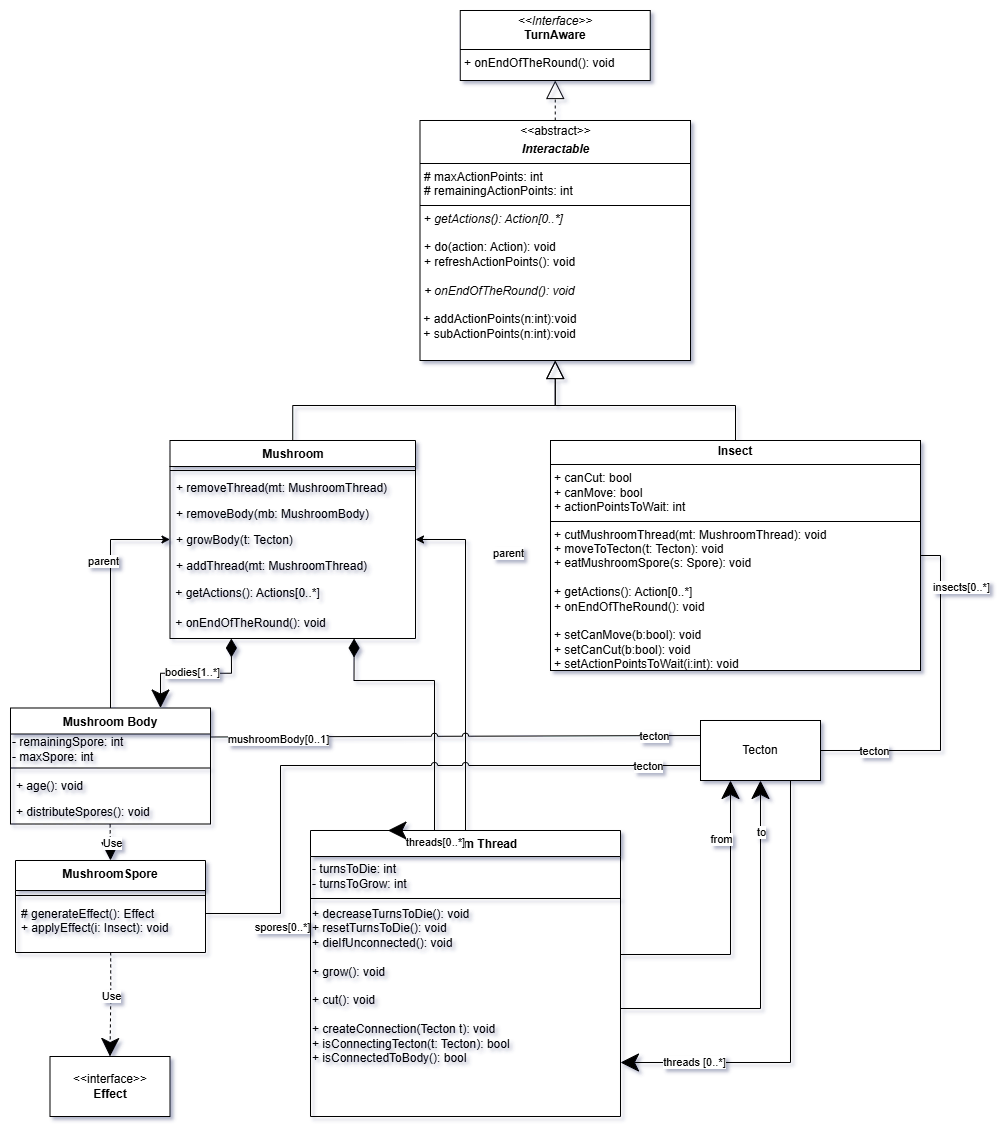
Above: diagrams/class/interactables.png in dzsem/projlab (draw.io), before the change. Source tidied: cells renumbered, new cells last; positions are measured from the earlier drawing's top-left corner, leaving out a move shared by most shapes.
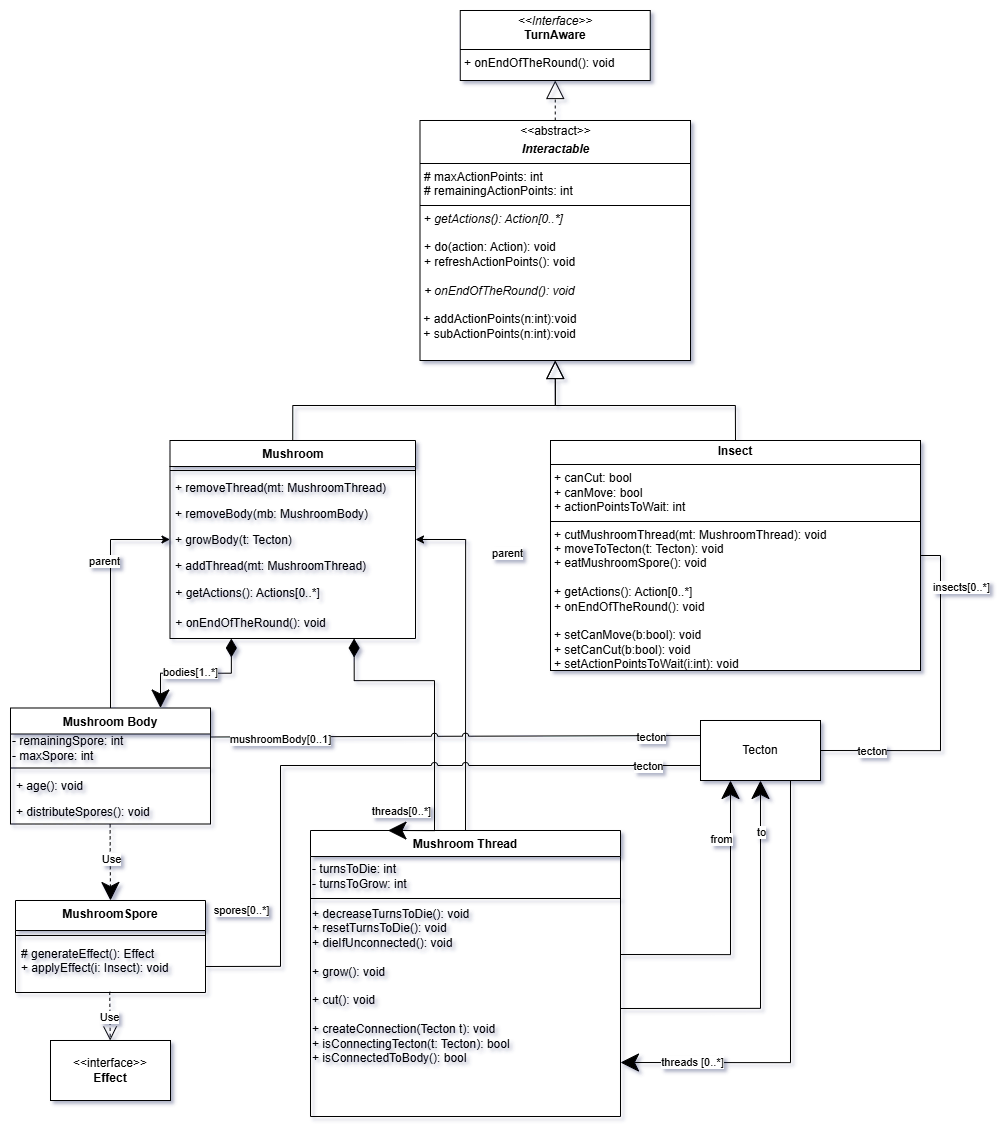
After the commit.

The edit, as a diff of the source:
```diff
@@ -42,7 +42,9 @@
       <mxGeometry relative="1" as="geometry" />
     </mxCell>
     <mxCell id="15" value="Use" style="edgeLabel;html=1;align=center;verticalAlign=middle;" parent="14" vertex="1">
-      <mxGeometry x="-0.07" y="1" relative="1" as="geometry" />
+      <mxGeometry x="-0.07" y="1" relative="1" as="geometry">
+        <mxPoint x="-1" as="offset" />
+      </mxGeometry>
     </mxCell>
     <mxCell id="16" style="edgeStyle=orthogonalEdgeStyle;rounded=0;jettySize=auto;html=1;exitX=0.5;exitY=0;exitDx=0;exitDy=0;entryX=0;entryY=0.5;entryDx=0;entryDy=0;" parent="1" edge="1" source="18" target="10">
       <mxGeometry relative="1" as="geometry" />
@@ -70,7 +72,7 @@
     <mxCell id="23" style="edgeStyle=orthogonalEdgeStyle;rounded=0;jettySize=auto;html=1;exitX=0.5;exitY=0;exitDx=0;exitDy=0;entryX=0.5;entryY=1;entryDx=0;entryDy=0;endArrow=block;endFill=0;endSize=16;startSize=16;" parent="1" edge="1" source="27" target="3">
       <mxGeometry relative="1" as="geometry" />
     </mxCell>
-    <mxCell id="24" style="edgeStyle=orthogonalEdgeStyle;rounded=0;jettySize=auto;html=1;exitX=1;exitY=0.5;exitDx=0;exitDy=0;endArrow=none;startFill=0;entryX=1;entryY=0.5;entryDx=0;entryDy=0;" parent="1" edge="1" source="27" target="55">
+    <mxCell id="24" style="edgeStyle=orthogonalEdgeStyle;rounded=0;jettySize=auto;html=1;exitX=1;exitY=0.5;exitDx=0;exitDy=0;endArrow=none;startFill=0;entryX=1;entryY=0.5;entryDx=0;entryDy=0;" parent="1" edge="1" source="27" target="53">
       <mxGeometry relative="1" as="geometry" />
     </mxCell>
     <mxCell id="25" value="tecton" style="edgeLabel;html=1;align=center;verticalAlign=middle;" parent="24" vertex="1">
@@ -83,7 +85,7 @@
         <mxPoint x="20" y="-7" as="offset" />
       </mxGeometry>
     </mxCell>
-    <mxCell id="27" value="&lt;p style=&quot;margin:0px;margin-top:4px;text-align:center;&quot;&gt;&lt;b&gt;Insect&lt;/b&gt;&lt;/p&gt;&lt;hr size=&quot;1&quot; style=&quot;border-style:solid;&quot;&gt;&lt;p style=&quot;margin:0px;margin-left:4px;&quot;&gt;+ canCut: bool&lt;/p&gt;&lt;p style=&quot;margin:0px;margin-left:4px;&quot;&gt;+ canMove: bool&lt;/p&gt;&lt;p style=&quot;margin:0px;margin-left:4px;&quot;&gt;+ actionPointsToWait: int&lt;/p&gt;&lt;hr size=&quot;1&quot; style=&quot;border-style:solid;&quot;&gt;&lt;p style=&quot;margin:0px;margin-left:4px;&quot;&gt;+&amp;nbsp;&lt;span style=&quot;background-color: transparent; color: light-dark(rgb(0, 0, 0), rgb(255, 255, 255));&quot;&gt;cutMushroomThread(mt: MushroomThread): void&lt;/span&gt;&lt;/p&gt;&lt;p style=&quot;margin:0px;margin-left:4px;&quot;&gt;+&amp;nbsp;&lt;span style=&quot;background-color: transparent; color: light-dark(rgb(0, 0, 0), rgb(255, 255, 255));&quot;&gt;moveToTecton(t: Tecton): void&lt;/span&gt;&lt;/p&gt;&lt;p style=&quot;margin:0px;margin-left:4px;&quot;&gt;+&amp;nbsp;&lt;span style=&quot;background-color: transparent; color: light-dark(rgb(0, 0, 0), rgb(255, 255, 255));&quot;&gt;eatMushroomSpore(s: Spore): void&lt;/span&gt;&lt;/p&gt;&lt;p style=&quot;margin:0px;margin-left:4px;&quot;&gt;&lt;br&gt;&lt;/p&gt;&lt;p style=&quot;margin:0px;margin-left:4px;&quot;&gt;+&amp;nbsp;&lt;span style=&quot;background-color: transparent; color: light-dark(rgb(0, 0, 0), rgb(255, 255, 255));&quot;&gt;getActions(): Action[0..*]&lt;/span&gt;&lt;/p&gt;&lt;p style=&quot;margin:0px;margin-left:4px;&quot;&gt;+ &lt;span style=&quot;background-color: transparent; color: light-dark(rgb(0, 0, 0), rgb(255, 255, 255));&quot;&gt;onEndOfTheRound(): void&lt;/span&gt;&lt;/p&gt;&lt;p style=&quot;margin:0px;margin-left:4px;&quot;&gt;&lt;span style=&quot;background-color: transparent; color: light-dark(rgb(0, 0, 0), rgb(255, 255, 255));&quot;&gt;&lt;br&gt;&lt;/span&gt;&lt;/p&gt;&lt;p style=&quot;margin: 0px 0px 0px 4px;&quot;&gt;+ setCanMove(b:bool): void&lt;/p&gt;&lt;p style=&quot;margin: 0px 0px 0px 4px;&quot;&gt;+ setCanCut(b:bool): void&lt;/p&gt;&lt;p style=&quot;margin: 0px 0px 0px 4px;&quot;&gt;+ setActionPointsToWait(i:int): void&lt;/p&gt;" style="verticalAlign=top;align=left;overflow=fill;html=1;whiteSpace=wrap;" parent="1" vertex="1">
+    <mxCell id="27" value="&lt;p style=&quot;margin:0px;margin-top:4px;text-align:center;&quot;&gt;&lt;b&gt;Insect&lt;/b&gt;&lt;/p&gt;&lt;hr size=&quot;1&quot; style=&quot;border-style:solid;&quot;&gt;&lt;p style=&quot;margin:0px;margin-left:4px;&quot;&gt;+ canCut: bool&lt;/p&gt;&lt;p style=&quot;margin:0px;margin-left:4px;&quot;&gt;+ canMove: bool&lt;/p&gt;&lt;p style=&quot;margin:0px;margin-left:4px;&quot;&gt;+ actionPointsToWait: int&lt;/p&gt;&lt;hr size=&quot;1&quot; style=&quot;border-style:solid;&quot;&gt;&lt;p style=&quot;margin:0px;margin-left:4px;&quot;&gt;+&amp;nbsp;&lt;span style=&quot;background-color: transparent; color: light-dark(rgb(0, 0, 0), rgb(255, 255, 255));&quot;&gt;cutMushroomThread(mt: MushroomThread): void&lt;/span&gt;&lt;/p&gt;&lt;p style=&quot;margin:0px;margin-left:4px;&quot;&gt;+&amp;nbsp;&lt;span style=&quot;background-color: transparent; color: light-dark(rgb(0, 0, 0), rgb(255, 255, 255));&quot;&gt;moveToTecton(t: Tecton): void&lt;/span&gt;&lt;/p&gt;&lt;p style=&quot;margin:0px;margin-left:4px;&quot;&gt;+&amp;nbsp;&lt;span style=&quot;background-color: transparent; color: light-dark(rgb(0, 0, 0), rgb(255, 255, 255));&quot;&gt;eatMushroomSpore(): void&lt;/span&gt;&lt;/p&gt;&lt;p style=&quot;margin:0px;margin-left:4px;&quot;&gt;&lt;br&gt;&lt;/p&gt;&lt;p style=&quot;margin:0px;margin-left:4px;&quot;&gt;+&amp;nbsp;&lt;span style=&quot;background-color: transparent; color: light-dark(rgb(0, 0, 0), rgb(255, 255, 255));&quot;&gt;getActions(): Action[0..*]&lt;/span&gt;&lt;/p&gt;&lt;p style=&quot;margin:0px;margin-left:4px;&quot;&gt;+ &lt;span style=&quot;background-color: transparent; color: light-dark(rgb(0, 0, 0), rgb(255, 255, 255));&quot;&gt;onEndOfTheRound(): void&lt;/span&gt;&lt;/p&gt;&lt;p style=&quot;margin:0px;margin-left:4px;&quot;&gt;&lt;span style=&quot;background-color: transparent; color: light-dark(rgb(0, 0, 0), rgb(255, 255, 255));&quot;&gt;&lt;br&gt;&lt;/span&gt;&lt;/p&gt;&lt;p style=&quot;margin: 0px 0px 0px 4px;&quot;&gt;+ setCanMove(b:bool): void&lt;/p&gt;&lt;p style=&quot;margin: 0px 0px 0px 4px;&quot;&gt;+ setCanCut(b:bool): void&lt;/p&gt;&lt;p style=&quot;margin: 0px 0px 0px 4px;&quot;&gt;+ setActionPointsToWait(i:int): void&lt;/p&gt;" style="verticalAlign=top;align=left;overflow=fill;html=1;whiteSpace=wrap;" parent="1" vertex="1">
       <mxGeometry x="540" y="430" width="370" height="230" as="geometry" />
     </mxCell>
     <mxCell id="28" style="edgeStyle=orthogonalEdgeStyle;rounded=0;jettySize=auto;html=1;exitX=0.5;exitY=0;exitDx=0;exitDy=0;entryX=1;entryY=0.5;entryDx=0;entryDy=0;" parent="1" edge="1" source="30" target="10">
@@ -116,7 +118,7 @@
     </mxCell>
     <mxCell id="35" value="threads[0..*]" style="edgeLabel;html=1;align=center;verticalAlign=middle;" parent="34" vertex="1">
       <mxGeometry x="0.67" relative="1" as="geometry">
-        <mxPoint y="16" as="offset" />
+        <mxPoint x="-34" y="-14" as="offset" />
       </mxGeometry>
     </mxCell>
     <mxCell id="36" style="edgeStyle=orthogonalEdgeStyle;rounded=0;jettySize=auto;html=1;exitX=0.25;exitY=1;exitDx=0;exitDy=0;entryX=0.75;entryY=0;entryDx=0;entryDy=0;startArrow=diamondThin;startFill=1;endSize=16;startSize=16;" parent="1" edge="1" source="13" target="18">
@@ -127,7 +129,7 @@
         <mxPoint x="12" as="offset" />
       </mxGeometry>
     </mxCell>
-    <mxCell id="38" style="edgeStyle=orthogonalEdgeStyle;rounded=0;jettySize=auto;html=1;endSize=16;startSize=1;entryX=1;entryY=0.75;entryDx=0;entryDy=0;exitX=0.75;exitY=1;exitDx=0;exitDy=0;" parent="1" edge="1" source="55" target="33">
+    <mxCell id="38" style="edgeStyle=orthogonalEdgeStyle;rounded=0;jettySize=auto;html=1;endSize=16;startSize=1;entryX=1;entryY=0.75;entryDx=0;entryDy=0;exitX=0.75;exitY=1;exitDx=0;exitDy=0;" parent="1" edge="1" source="53" target="33">
       <mxGeometry relative="1" as="geometry" />
     </mxCell>
     <mxCell id="39" value="threads [0..*]" style="edgeLabel;html=1;align=center;verticalAlign=middle;" parent="38" vertex="1">
@@ -135,11 +137,10 @@
         <mxPoint x="33" as="offset" />
       </mxGeometry>
     </mxCell>
-    <mxCell id="40" style="edgeStyle=orthogonalEdgeStyle;rounded=0;jettySize=auto;html=1;exitX=1;exitY=0.25;exitDx=0;exitDy=0;jumpStyle=arc;endArrow=none;startFill=0;entryX=0;entryY=0.75;entryDx=0;entryDy=0;" parent="1" edge="1" source="50" target="55">
+    <mxCell id="40" style="edgeStyle=orthogonalEdgeStyle;rounded=0;jettySize=auto;html=1;exitX=1;exitY=0.5;exitDx=0;exitDy=0;jumpStyle=arc;endArrow=none;startFill=0;entryX=0;entryY=0.75;entryDx=0;entryDy=0;" parent="1" edge="1" source="52" target="53">
       <mxGeometry relative="1" as="geometry">
         <Array as="points">
-          <mxPoint x="195" y="903" />
-          <mxPoint x="270" y="903" />
+          <mxPoint x="270" y="956" />
           <mxPoint x="270" y="755" />
         </Array>
       </mxGeometry>
@@ -151,10 +152,10 @@
     </mxCell>
     <mxCell id="42" value="spores[0..*]" style="edgeLabel;html=1;align=center;verticalAlign=middle;" parent="40" vertex="1">
       <mxGeometry x="-0.65" y="-1" relative="1" as="geometry">
-        <mxPoint y="28" as="offset" />
+        <mxPoint x="-41" y="-9" as="offset" />
       </mxGeometry>
     </mxCell>
-    <mxCell id="43" style="edgeStyle=orthogonalEdgeStyle;rounded=0;jettySize=auto;html=1;exitX=1;exitY=0.25;exitDx=0;exitDy=0;endSize=16;startSize=1;entryX=0.25;entryY=1;entryDx=0;entryDy=0;" parent="1" edge="1" source="33" target="55">
+    <mxCell id="43" style="edgeStyle=orthogonalEdgeStyle;rounded=0;jettySize=auto;html=1;exitX=1;exitY=0.25;exitDx=0;exitDy=0;endSize=16;startSize=1;entryX=0.25;entryY=1;entryDx=0;entryDy=0;" parent="1" edge="1" source="33" target="53">
       <mxGeometry relative="1" as="geometry" />
     </mxCell>
     <mxCell id="44" value="from" style="edgeLabel;html=1;align=center;verticalAlign=middle;" parent="43" vertex="1">
@@ -162,7 +163,7 @@
         <mxPoint x="-12" y="16" as="offset" />
       </mxGeometry>
     </mxCell>
-    <mxCell id="45" style="edgeStyle=orthogonalEdgeStyle;rounded=0;jettySize=auto;html=1;exitX=1;exitY=0.5;exitDx=0;exitDy=0;endSize=16;startSize=1;entryX=0.5;entryY=1;entryDx=0;entryDy=0;" parent="1" edge="1" source="33" target="55">
+    <mxCell id="45" style="edgeStyle=orthogonalEdgeStyle;rounded=0;jettySize=auto;html=1;exitX=1;exitY=0.5;exitDx=0;exitDy=0;endSize=16;startSize=1;entryX=0.5;entryY=1;entryDx=0;entryDy=0;" parent="1" edge="1" source="33" target="53">
       <mxGeometry relative="1" as="geometry" />
     </mxCell>
     <mxCell id="46" value="to" style="edgeLabel;html=1;align=center;verticalAlign=middle;" parent="45" vertex="1">
@@ -170,7 +171,7 @@
         <mxPoint x="-2" y="20" as="offset" />
       </mxGeometry>
     </mxCell>
-    <mxCell id="47" style="edgeStyle=orthogonalEdgeStyle;rounded=0;jettySize=auto;html=1;exitX=1;exitY=0.25;exitDx=0;exitDy=0;endArrow=none;startFill=0;jumpStyle=arc;entryX=0;entryY=0.25;entryDx=0;entryDy=0;" parent="1" edge="1" source="18" target="55">
+    <mxCell id="47" style="edgeStyle=orthogonalEdgeStyle;rounded=0;jettySize=auto;html=1;exitX=1;exitY=0.25;exitDx=0;exitDy=0;endArrow=none;startFill=0;jumpStyle=arc;entryX=0;entryY=0.25;entryDx=0;entryDy=0;" parent="1" edge="1" source="18" target="53">
       <mxGeometry relative="1" as="geometry">
         <Array as="points">
           <mxPoint x="370" y="727" />
@@ -187,7 +188,7 @@
       </mxGeometry>
     </mxCell>
     <mxCell id="50" value="&lt;div&gt;MushroomSpore&lt;br&gt;&lt;/div&gt;" style="swimlane;fontStyle=1;align=center;verticalAlign=top;horizontal=1;startSize=30;whiteSpace=wrap;html=1;" parent="1" vertex="1">
-      <mxGeometry x="5" y="850" width="190" height="92" as="geometry" />
+      <mxGeometry x="5" y="890" width="190" height="92" as="geometry" />
     </mxCell>
     <mxCell id="51" style="line;strokeWidth=1;fillColor=none;align=left;verticalAlign=middle;spacingTop=-1;spacingLeft=3;spacingRight=3;labelPosition=right;strokeColor=inherit;" parent="50" vertex="1">
       <mxGeometry y="30" width="190" height="10" as="geometry" />
@@ -195,19 +196,14 @@
     <mxCell id="52" value="&lt;div&gt;# generateEffect(): Effect&lt;/div&gt;+ applyEffect(i: Insect): void" style="text;strokeColor=none;fillColor=none;align=left;verticalAlign=top;spacingLeft=4;spacingRight=4;overflow=hidden;points=[[0,0.5],[1,0.5]];portConstraint=eastwest;whiteSpace=wrap;html=1;" parent="50" vertex="1">
       <mxGeometry y="40" width="190" height="52" as="geometry" />
     </mxCell>
-    <mxCell id="53" style="edgeStyle=orthogonalEdgeStyle;rounded=0;jettySize=auto;html=1;exitX=0.501;exitY=0.998;exitDx=0;exitDy=0;exitPerimeter=0;dashed=1;endSize=16;entryX=0.5;entryY=0;entryDx=0;entryDy=0;" parent="1" edge="1" source="52" target="56">
-      <mxGeometry relative="1" as="geometry" />
+    <mxCell id="53" value="Tecton" style="rounded=0;whiteSpace=wrap;html=1;" parent="1" vertex="1">
+      <mxGeometry x="690" y="710" width="120" height="60" as="geometry" />
     </mxCell>
-    <mxCell id="54" value="Use" style="edgeLabel;html=1;align=center;verticalAlign=middle;points=[];" parent="53" vertex="1">
-      <mxGeometry x="-0.47" y="1" relative="1" as="geometry">
-        <mxPoint x="-1" y="15" as="offset" />
-      </mxGeometry>
+    <mxCell id="54" value="&amp;lt;&amp;lt;interface&amp;gt;&amp;gt;&lt;div&gt;&lt;b&gt;Effect&lt;/b&gt;&lt;/div&gt;" style="rounded=0;whiteSpace=wrap;html=1;" parent="1" vertex="1">
+      <mxGeometry x="40" y="1030" width="120" height="60" as="geometry" />
     </mxCell>
-    <mxCell id="55" value="Tecton" style="rounded=0;whiteSpace=wrap;html=1;" parent="1" vertex="1">
-      <mxGeometry x="690" y="710" width="120" height="60" as="geometry" />
+    <mxCell id="55" value="Use" style="endArrow=open;endSize=12;dashed=1;html=1;rounded=0;exitX=0.496;exitY=0.987;exitDx=0;exitDy=0;exitPerimeter=0;" parent="1" edge="1" source="52" target="54">
+      <mxGeometry relative="1" as="geometry" />
     </mxCell>
-    <mxCell id="56" value="&amp;lt;&amp;lt;interface&amp;gt;&amp;gt;&lt;div&gt;&lt;b&gt;Effect&lt;/b&gt;&lt;/div&gt;" style="rounded=0;whiteSpace=wrap;html=1;" parent="1" vertex="1">
-      <mxGeometry x="39.5" y="1046" width="120" height="60" as="geometry" />
-    </mxCell>
   </root>
 </mxGraphModel>
```
